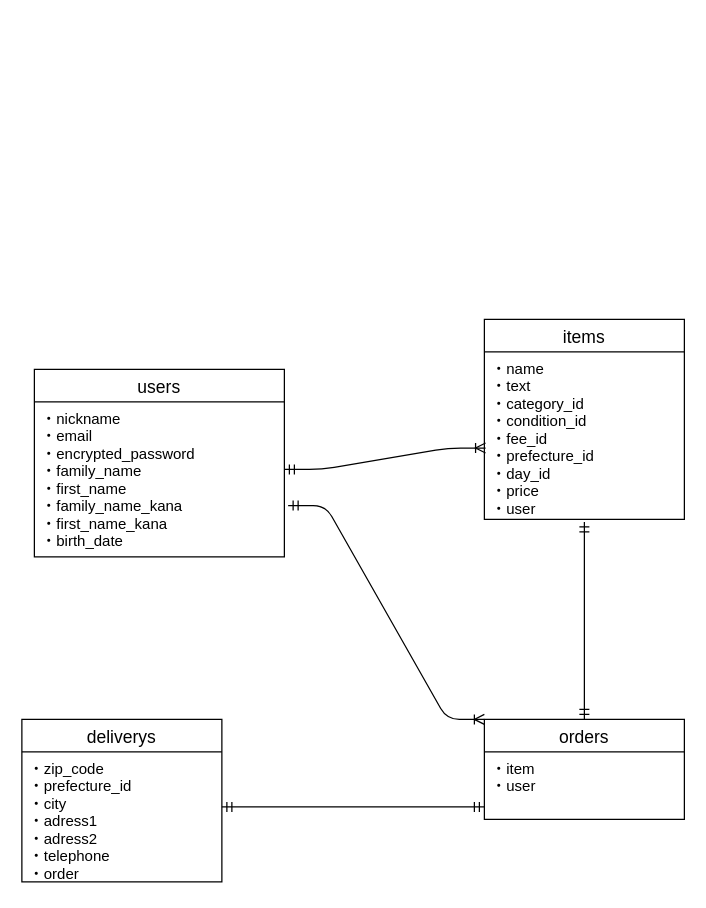
The draw.io diagram ER.dio in nikan006/furima-36901, before the edit. Source tidied: cells renumbered, new cells numbered last; positions are measured from the earlier drawing's top-left corner, leaving out a move shared by most shapes. Both pictures are drawn from the tidied source at 125%, with x=0, y=0 at pixel (21, 319).
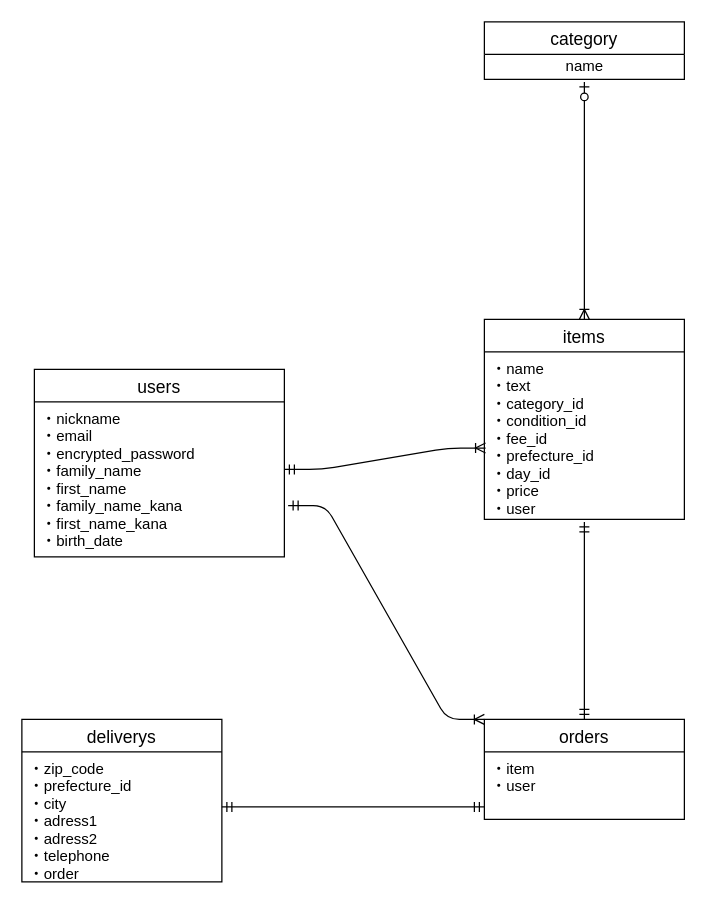
The same diagram, later.

Commit message (it also covers changes not shown here):
category model作成,バリデーション設定完了

The edit, as a diff of the source:
```diff
@@
 <mxGraphModel>
   <root>
     <mxCell id="0" />
     <mxCell id="1" parent="0" />
     <mxCell id="2" value="users" style="swimlane;fontStyle=0;horizontal=1;startSize=26;align=center;fontSize=14;rounded=0;" parent="1" vertex="1">
       <mxGeometry x="10" y="40" width="200" height="150" as="geometry" />
     </mxCell>
     <mxCell id="3" value="・nickname&#10;・email&#10;・encrypted_password&#10;・family_name&#10;・first_name&#10;・family_name_kana&#10;・first_name_kana&#10;・birth_date&#10;" style="text;strokeColor=none;fillColor=none;spacingLeft=4;spacingRight=4;overflow=hidden;points=[[0,0.5],[1,0.5]];portConstraint=eastwest;fontSize=12;" parent="2" vertex="1">
       <mxGeometry y="26" width="200" height="124" as="geometry" />
     </mxCell>
     <mxCell id="4" value="items" style="swimlane;fontStyle=0;horizontal=1;startSize=26;align=center;fontSize=14;rounded=0;" parent="1" vertex="1">
       <mxGeometry x="370" width="160" height="160" as="geometry" />
     </mxCell>
     <mxCell id="5" value="・name&#10;・text&#10;・category_id&#10;・condition_id&#10;・fee_id&#10;・prefecture_id&#10;・day_id&#10;・price&#10;・user" style="text;strokeColor=none;fillColor=none;spacingLeft=4;spacingRight=4;overflow=hidden;points=[[0,0.5],[1,0.5]];portConstraint=eastwest;fontSize=12;" parent="4" vertex="1">
       <mxGeometry y="26" width="160" height="134" as="geometry" />
     </mxCell>
     <mxCell id="6" style="edgeStyle=entityRelationEdgeStyle;fontSize=12;html=1;endArrow=ERoneToMany;startArrow=ERmandOne;entryX=0.006;entryY=0.574;entryDx=0;entryDy=0;entryPerimeter=0;" parent="1" edge="1" target="5">
       <mxGeometry relative="1" as="geometry">
         <mxPoint x="210" y="120" as="sourcePoint" />
       </mxGeometry>
     </mxCell>
     <mxCell id="7" value="orders" style="swimlane;fontStyle=0;horizontal=1;startSize=26;align=center;fontSize=14;rounded=0;" parent="1" vertex="1">
       <mxGeometry x="370" y="320" width="160" height="80" as="geometry" />
     </mxCell>
     <mxCell id="8" value="・item&#10;・user" style="text;strokeColor=none;fillColor=none;spacingLeft=4;spacingRight=4;overflow=hidden;fontSize=12;" parent="7" vertex="1">
       <mxGeometry y="26" width="160" height="54" as="geometry" />
     </mxCell>
     <mxCell id="9" value="deliverys" style="swimlane;fontStyle=0;horizontal=1;startSize=26;align=center;fontSize=14;rounded=0;" parent="1" vertex="1">
       <mxGeometry y="320" width="160" height="130" as="geometry" />
     </mxCell>
     <mxCell id="10" value="・zip_code&#10;・prefecture_id&#10;・city&#10;・adress1&#10;・adress2&#10;・telephone&#10;・order" style="text;strokeColor=none;fillColor=none;spacingLeft=4;spacingRight=4;overflow=hidden;fontSize=12;" parent="9" vertex="1">
       <mxGeometry y="26" width="160" height="104" as="geometry" />
     </mxCell>
     <mxCell id="11" style="edgeStyle=entityRelationEdgeStyle;fontSize=12;html=1;endArrow=ERoneToMany;startArrow=ERmandOne;entryX=0;entryY=0;entryDx=0;entryDy=0;exitX=1.015;exitY=0.669;exitDx=0;exitDy=0;exitPerimeter=0;" parent="1" edge="1" source="3" target="7">
       <mxGeometry relative="1" as="geometry" />
     </mxCell>
     <mxCell id="12" style="fontSize=12;html=1;endArrow=ERmandOne;startArrow=ERmandOne;entryX=0.5;entryY=1.015;entryDx=0;entryDy=0;entryPerimeter=0;exitX=0.5;exitY=0;exitDx=0;exitDy=0;" parent="1" edge="1" source="7" target="5">
       <mxGeometry relative="1" as="geometry" />
     </mxCell>
     <mxCell id="13" style="edgeStyle=entityRelationEdgeStyle;fontSize=12;html=1;endArrow=ERmandOne;startArrow=ERmandOne;" parent="1" edge="1">
       <mxGeometry relative="1" as="geometry">
         <mxPoint x="160" y="390" as="sourcePoint" />
         <mxPoint x="370" y="390" as="targetPoint" />
       </mxGeometry>
     </mxCell>
+    <mxCell id="14" value="category" style="swimlane;fontStyle=0;horizontal=1;startSize=26;align=center;fontSize=14;" parent="1" vertex="1">
+      <mxGeometry x="370" y="-238" width="160" height="46" as="geometry" />
+    </mxCell>
+    <mxCell id="15" value="name" style="text;html=1;align=center;verticalAlign=middle;points=[];strokeColor=none;" parent="14" vertex="1">
+      <mxGeometry y="26" width="160" height="20" as="geometry" />
+    </mxCell>
+    <mxCell id="16" style="fontSize=12;html=1;endArrow=ERoneToMany;startArrow=ERzeroToOne;exitX=0.5;exitY=1.1;exitDx=0;exitDy=0;exitPerimeter=0;entryX=0.5;entryY=0;entryDx=0;entryDy=0;" parent="1" edge="1" source="15" target="4">
+      <mxGeometry relative="1" as="geometry" />
+    </mxCell>
   </root>
 </mxGraphModel>
```
